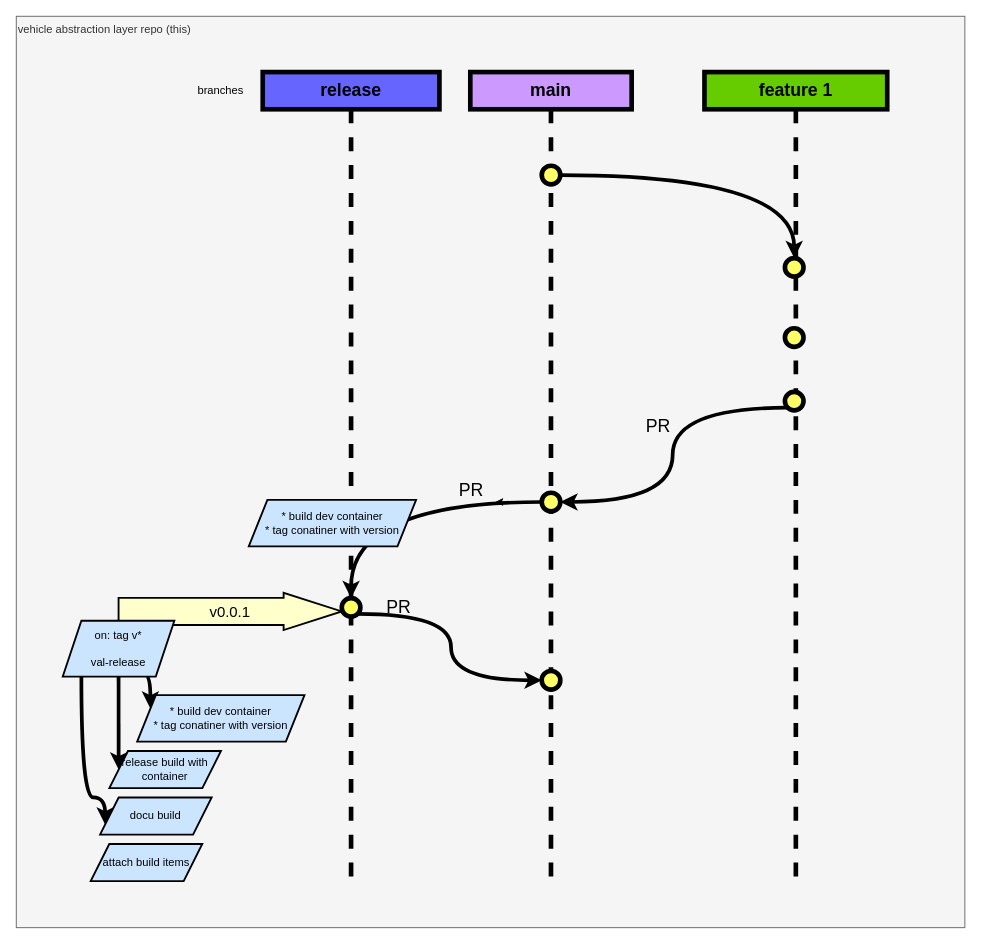
This is page "actions" (2 of 2) of .github/workflows/doc/ci.drawio from eclipse-kuksa/kuksa.val.services, a draw.io file, before an edit. Source tidied: cells renumbered, new cells numbered last; positions are measured from the earlier drawing's top-left corner, leaving out a move shared by most shapes. Both pictures are drawn from the tidied source at 93%, with x=0, y=0 at pixel (16, 16).
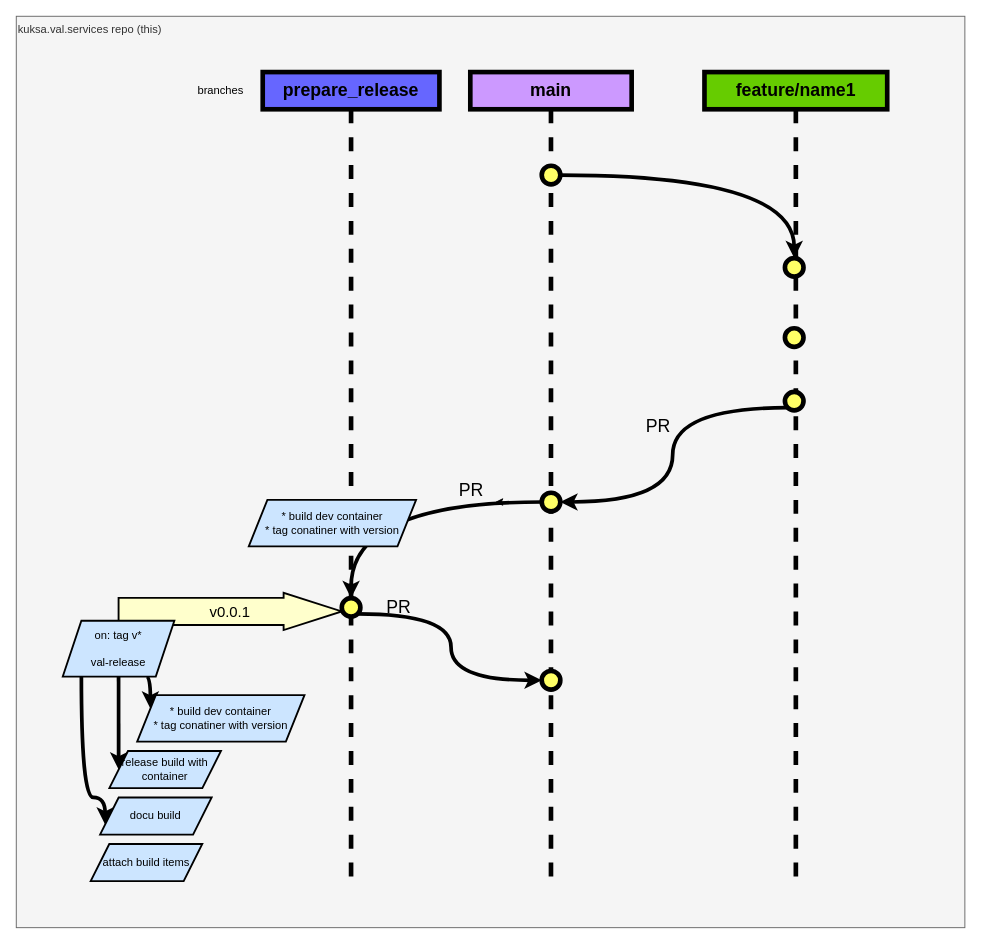
The same diagram, later.

The change refers to these unchanged cells:
```xml
<mxCell id="3" style="group;fontSize=10;" parent="1" vertex="1">
  <mxGeometry x="280" y="60" width="697" height="880" as="geometry" />
</mxCell>
```

What changed in the source:
```diff
@@
-    <mxCell id="2" value="vehicle abstraction layer repo (this)" style="whiteSpace=wrap;html=1;align=left;verticalAlign=top;fillColor=#f5f5f5;strokeColor=#666666;fontColor=#333333;" parent="1" vertex="1">
+    <mxCell id="2" value="kuksa.val.services repo (this)" style="whiteSpace=wrap;html=1;align=left;verticalAlign=top;fillColor=#f5f5f5;strokeColor=#666666;fontColor=#333333;" parent="1" vertex="1">
       <mxGeometry width="1020" height="980" as="geometry" />
     </mxCell>
@@
-    <mxCell id="5" value="release" style="shape=umlLifeline;perimeter=lifelinePerimeter;whiteSpace=wrap;html=1;fontSize=19;strokeColor=#000000;strokeWidth=5;align=center;verticalAlign=middle;fillColor=#6666FF;fontColor=#000000;fontStyle=1;" parent="3" vertex="1">
+    <mxCell id="5" value="prepare_release" style="shape=umlLifeline;perimeter=lifelinePerimeter;whiteSpace=wrap;html=1;fontSize=19;strokeColor=#000000;strokeWidth=5;align=center;verticalAlign=middle;fillColor=#6666FF;fontColor=#000000;fontStyle=1;" parent="3" vertex="1">
       <mxGeometry x="-15" width="190" height="880" as="geometry" />
     </mxCell>
-    <mxCell id="6" value="feature 1" style="shape=umlLifeline;perimeter=lifelinePerimeter;whiteSpace=wrap;html=1;fontSize=19;strokeColor=#000000;strokeWidth=5;align=center;verticalAlign=middle;fillColor=#66CC00;fontColor=#000000;fontStyle=1;" parent="3" vertex="1">
+    <mxCell id="6" value="feature/name1" style="shape=umlLifeline;perimeter=lifelinePerimeter;whiteSpace=wrap;html=1;fontSize=19;strokeColor=#000000;strokeWidth=5;align=center;verticalAlign=middle;fillColor=#66CC00;fontColor=#000000;fontStyle=1;" parent="3" vertex="1">
       <mxGeometry x="460" width="196.5" height="880" as="geometry" />
     </mxCell>
```
